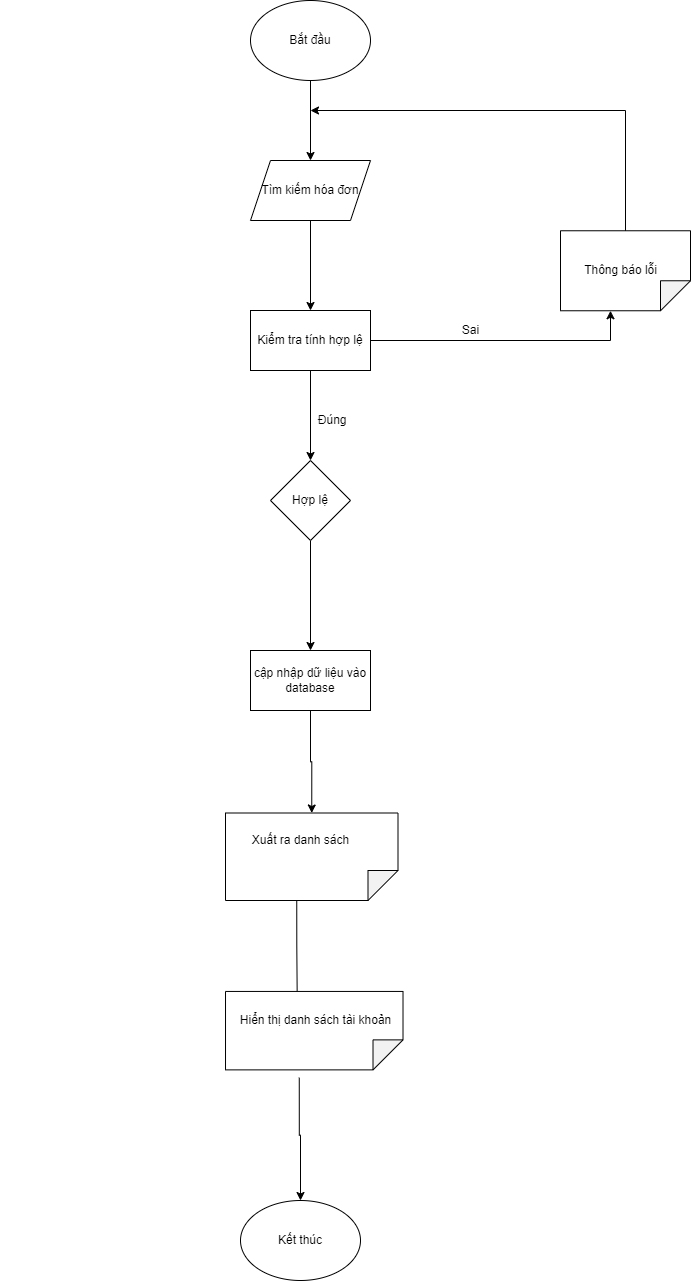
The draw.io diagram Word/PRD/PNG/timkiemhoadon.drawio.png in hungtadasuke/CoffeShop_SoftwareTechnology, before a commit. Source tidied: cells renumbered, new cells last; positions are measured from the earlier drawing's top-left corner, leaving out a move shared by most shapes.
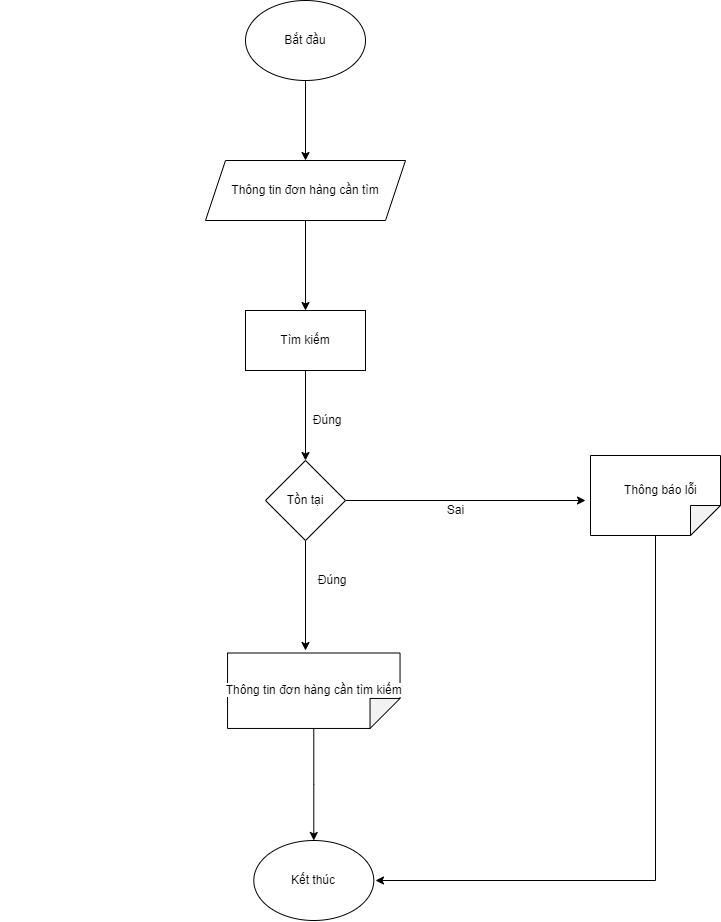
Later version of the same file.

Diff of the diagram source:
```diff
@@ -11,70 +11,62 @@
     <mxCell id="4" style="edgeStyle=orthogonalEdgeStyle;rounded=0;jettySize=auto;html=1;" parent="1" edge="1" source="5" target="8">
       <mxGeometry relative="1" as="geometry" />
     </mxCell>
-    <mxCell id="5" value="Tìm kiếm hóa đơn" style="shape=parallelogram;perimeter=parallelogramPerimeter;whiteSpace=wrap;html=1;fixedSize=1;" parent="1" vertex="1">
-      <mxGeometry x="250" y="160" width="120" height="60" as="geometry" />
+    <mxCell id="5" value="Thông tin đơn hàng cần tìm" style="shape=parallelogram;perimeter=parallelogramPerimeter;whiteSpace=wrap;html=1;fixedSize=1;" parent="1" vertex="1">
+      <mxGeometry x="210" y="160" width="200" height="60" as="geometry" />
     </mxCell>
     <mxCell id="6" style="edgeStyle=orthogonalEdgeStyle;rounded=0;jettySize=auto;html=1;entryX=0.5;entryY=0;entryDx=0;entryDy=0;" parent="1" edge="1" source="8" target="10">
       <mxGeometry relative="1" as="geometry" />
     </mxCell>
-    <mxCell id="7" style="edgeStyle=orthogonalEdgeStyle;rounded=0;jettySize=auto;html=1;exitX=1;exitY=0.5;exitDx=0;exitDy=0;entryX=0;entryY=0;entryDx=80;entryDy=80;entryPerimeter=0;" parent="1" edge="1" source="8" target="11">
-      <mxGeometry relative="1" as="geometry" />
-    </mxCell>
-    <mxCell id="8" value="Kiểm tra tính hợp lệ" style="rounded=0;whiteSpace=wrap;html=1;" parent="1" vertex="1">
+    <mxCell id="8" value="Tìm kiếm" style="rounded=0;whiteSpace=wrap;html=1;" parent="1" vertex="1">
       <mxGeometry x="250" y="310" width="120" height="60" as="geometry" />
     </mxCell>
-    <mxCell id="9" style="edgeStyle=orthogonalEdgeStyle;rounded=0;jettySize=auto;html=1;entryX=0.5;entryY=0;entryDx=0;entryDy=0;" parent="1" edge="1" source="10" target="13">
-      <mxGeometry relative="1" as="geometry" />
+    <mxCell id="9" style="edgeStyle=orthogonalEdgeStyle;rounded=0;jettySize=auto;html=1;entryX=0.5;entryY=0;entryDx=0;entryDy=0;" parent="1" edge="1" source="10">
+      <mxGeometry relative="1" as="geometry">
+        <mxPoint x="310" y="650" as="targetPoint" />
+      </mxGeometry>
     </mxCell>
+    <mxCell id="25" style="edgeStyle=orthogonalEdgeStyle;rounded=0;jettySize=auto;html=1;" parent="1" edge="1" source="10">
+      <mxGeometry relative="1" as="geometry">
+        <mxPoint x="590" y="500" as="targetPoint" />
+      </mxGeometry>
+    </mxCell>
-    <mxCell id="10" value="Hợp lệ" style="rhombus;whiteSpace=wrap;html=1;" parent="1" vertex="1">
+    <mxCell id="10" value="Tồn tại" style="rhombus;whiteSpace=wrap;html=1;" parent="1" vertex="1">
       <mxGeometry x="270" y="460" width="80" height="80" as="geometry" />
     </mxCell>
+    <mxCell id="26" style="edgeStyle=orthogonalEdgeStyle;rounded=0;jettySize=auto;html=1;" parent="1" edge="1" source="11">
+      <mxGeometry relative="1" as="geometry">
+        <mxPoint x="380" y="880" as="targetPoint" />
+        <Array as="points">
+          <mxPoint x="660" y="880" />
+        </Array>
+      </mxGeometry>
+    </mxCell>
     <mxCell id="11" style="shape=note;whiteSpace=wrap;html=1;backgroundOutline=1;darkOpacity=0.05;rotation=90;" parent="1" vertex="1">
-      <mxGeometry x="585" y="205.3" width="80" height="130" as="geometry" />
+      <mxGeometry x="620" y="430" width="80" height="130" as="geometry" />
     </mxCell>
-    <mxCell id="12" style="edgeStyle=orthogonalEdgeStyle;rounded=0;jettySize=auto;html=1;entryX=0;entryY=0.5;entryDx=0;entryDy=0;entryPerimeter=0;" parent="1" edge="1" source="13" target="15">
-      <mxGeometry relative="1" as="geometry" />
-    </mxCell>
-    <mxCell id="13" value="cập nhập dữ liệu vào database" style="rounded=0;whiteSpace=wrap;html=1;" parent="1" vertex="1">
-      <mxGeometry x="250" y="650" width="120" height="60" as="geometry" />
-    </mxCell>
-    <mxCell id="14" style="edgeStyle=orthogonalEdgeStyle;rounded=0;jettySize=auto;html=1;exitX=0;exitY=0;exitDx=87.5;exitDy=101.25;exitPerimeter=0;entryX=0.116;entryY=0.596;entryDx=0;entryDy=0;entryPerimeter=0;" parent="1" edge="1" source="15" target="22">
-      <mxGeometry relative="1" as="geometry" />
-    </mxCell>
+    <mxCell id="27" style="edgeStyle=orthogonalEdgeStyle;rounded=0;jettySize=auto;html=1;entryX=0.5;entryY=0;entryDx=0;entryDy=0;" parent="1" edge="1" source="15" target="16">
+      <mxGeometry relative="1" as="geometry" />
+    </mxCell>
     <mxCell id="15" style="shape=note;whiteSpace=wrap;html=1;backgroundOutline=1;darkOpacity=0.05;rotation=90;" parent="1" vertex="1">
-      <mxGeometry x="267.5" y="770" width="87.5" height="172.5" as="geometry" />
+      <mxGeometry x="280.6" y="604" width="75.5" height="172.5" as="geometry" />
     </mxCell>
     <mxCell id="16" value="Kết thúc" style="ellipse;whiteSpace=wrap;html=1;" parent="1" vertex="1">
-      <mxGeometry x="240" y="1200" width="120" height="80" as="geometry" />
+      <mxGeometry x="258.3" y="840" width="120" height="80" as="geometry" />
     </mxCell>
-    <mxCell id="17" style="endArrow=classic;html=1;rounded=0;exitX=0;exitY=0.5;exitDx=0;exitDy=0;exitPerimeter=0;" parent="1" edge="1" source="11">
-      <mxGeometry relative="1" as="geometry">
-        <mxPoint x="310" y="110" as="targetPoint" />
-        <Array as="points">
-          <mxPoint x="625" y="110" />
-        </Array>
-      </mxGeometry>
-    </mxCell>
-    <mxCell id="18" value="Sai" style="text;html=1;align=center;verticalAlign=middle;strokeColor=none;fillColor=none;" parent="1" vertex="1">
-      <mxGeometry x="455" y="320" width="30" height="20" as="geometry" />
-    </mxCell>
     <mxCell id="19" value="&amp;nbsp; &amp;nbsp; &amp;nbsp; &amp;nbsp; &amp;nbsp; &amp;nbsp; &amp;nbsp; &amp;nbsp; &amp;nbsp; &amp;nbsp;Đúng" style="text;html=1;align=center;verticalAlign=middle;strokeColor=none;fillColor=none;" parent="1" vertex="1">
       <mxGeometry x="245" y="410" width="110" height="20" as="geometry" />
     </mxCell>
-    <mxCell id="20" value="&amp;nbsp; &amp;nbsp; &amp;nbsp; &amp;nbsp; &amp;nbsp; &amp;nbsp; &amp;nbsp; &amp;nbsp; &amp;nbsp; &amp;nbsp; &amp;nbsp; &amp;nbsp; &amp;nbsp; &amp;nbsp; &amp;nbsp; &amp;nbsp; &amp;nbsp; &amp;nbsp; &amp;nbsp; &amp;nbsp; &amp;nbsp; &amp;nbsp; &amp;nbsp; &amp;nbsp; &amp;nbsp; &amp;nbsp; &amp;nbsp; &amp;nbsp; &amp;nbsp; &amp;nbsp; &amp;nbsp; &amp;nbsp; &amp;nbsp; &amp;nbsp; &amp;nbsp; &amp;nbsp; &amp;nbsp; &amp;nbsp; &amp;nbsp; &amp;nbsp; &amp;nbsp; &amp;nbsp; &amp;nbsp; &amp;nbsp; &amp;nbsp; &amp;nbsp; &amp;nbsp; &amp;nbsp; Thông báo lỗi" style="text;html=1;align=center;verticalAlign=middle;strokeColor=none;fillColor=none;" parent="1" vertex="1">
-      <mxGeometry x="255" y="260" width="410" height="20" as="geometry" />
+    <mxCell id="20" value="&amp;nbsp; &amp;nbsp; &amp;nbsp; &amp;nbsp; &amp;nbsp; &amp;nbsp; &amp;nbsp; &amp;nbsp; &amp;nbsp; &amp;nbsp; &amp;nbsp; &amp;nbsp; &amp;nbsp; &amp;nbsp; &amp;nbsp; &amp;nbsp; &amp;nbsp; &amp;nbsp; &amp;nbsp; &amp;nbsp; &amp;nbsp; &amp;nbsp; &amp;nbsp; &amp;nbsp; &amp;nbsp; &amp;nbsp; &amp;nbsp; &amp;nbsp; &amp;nbsp; &amp;nbsp; &amp;nbsp; &amp;nbsp;Thông báo lỗi" style="text;html=1;align=center;verticalAlign=middle;strokeColor=none;fillColor=none;" parent="1" vertex="1">
+      <mxGeometry x="410" y="480" width="300" height="20" as="geometry" />
     </mxCell>
-    <mxCell id="21" style="edgeStyle=orthogonalEdgeStyle;rounded=0;jettySize=auto;html=1;exitX=0;exitY=0;exitDx=86.25;exitDy=103.75;exitPerimeter=0;entryX=0.5;entryY=0;entryDx=0;entryDy=0;" parent="1" edge="1" source="22" target="16">
-      <mxGeometry relative="1" as="geometry" />
-    </mxCell>
-    <mxCell id="22" style="shape=note;whiteSpace=wrap;html=1;backgroundOutline=1;darkOpacity=0.05;rotation=90;" parent="1" vertex="1">
-      <mxGeometry x="274.5" y="941.4" width="78.4" height="177.5" as="geometry" />
-    </mxCell>
-    <mxCell id="23" value="&amp;nbsp; &amp;nbsp; &amp;nbsp; &amp;nbsp; &amp;nbsp; &amp;nbsp; &amp;nbsp; &amp;nbsp; &amp;nbsp; &amp;nbsp; &amp;nbsp; &amp;nbsp; &amp;nbsp; &amp;nbsp; &amp;nbsp; &amp;nbsp; &amp;nbsp; &amp;nbsp; &amp;nbsp; &amp;nbsp; &amp;nbsp; &amp;nbsp; &amp;nbsp; &amp;nbsp; &amp;nbsp; &amp;nbsp; &amp;nbsp; &amp;nbsp; &amp;nbsp; &amp;nbsp; Xuất ra danh sách" style="text;html=1;align=center;verticalAlign=middle;strokeColor=none;fillColor=none;" parent="1" vertex="1">
-      <mxGeometry x="45" y="830" width="310" height="20" as="geometry" />
-    </mxCell>
-    <mxCell id="24" value="&amp;nbsp; &amp;nbsp; &amp;nbsp; &amp;nbsp; &amp;nbsp; &amp;nbsp; &amp;nbsp; &amp;nbsp; &amp;nbsp; &amp;nbsp; &amp;nbsp; &amp;nbsp; &amp;nbsp; &amp;nbsp; &amp;nbsp; &amp;nbsp; &amp;nbsp; &amp;nbsp; &amp;nbsp; &amp;nbsp; &amp;nbsp; &amp;nbsp; &amp;nbsp; &amp;nbsp; &amp;nbsp; &amp;nbsp; &amp;nbsp; &amp;nbsp; &amp;nbsp; &amp;nbsp; &amp;nbsp; &amp;nbsp; &amp;nbsp; &amp;nbsp; &amp;nbsp;Hiển thị danh sách tài khoản" style="text;html=1;align=center;verticalAlign=middle;strokeColor=none;fillColor=none;" parent="1" vertex="1">
-      <mxGeometry y="1010" width="400" height="20" as="geometry" />
-    </mxCell>
+    <mxCell id="18" value="Sai" style="text;html=1;align=center;verticalAlign=middle;strokeColor=none;fillColor=none;" parent="1" vertex="1">
+      <mxGeometry x="445" y="500" width="30" height="20" as="geometry" />
+    </mxCell>
+    <mxCell id="28" value="&amp;nbsp; &amp;nbsp; &amp;nbsp; &amp;nbsp; &amp;nbsp; Đúng" style="text;html=1;align=center;verticalAlign=middle;strokeColor=none;fillColor=none;" parent="1" vertex="1">
+      <mxGeometry x="280" y="570" width="80" height="20" as="geometry" />
+    </mxCell>
+    <mxCell id="29" value="&lt;span style=&quot;background-color: rgb(255 , 255 , 255)&quot;&gt;&amp;nbsp; &amp;nbsp; &amp;nbsp; &amp;nbsp; &amp;nbsp; &amp;nbsp; &amp;nbsp; &amp;nbsp; &amp;nbsp; &amp;nbsp; &amp;nbsp; &amp;nbsp; &amp;nbsp; &amp;nbsp; &amp;nbsp; &amp;nbsp; &amp;nbsp; &amp;nbsp; &amp;nbsp; &amp;nbsp; &amp;nbsp; &amp;nbsp; &amp;nbsp; &amp;nbsp; &amp;nbsp; &amp;nbsp; &amp;nbsp; &amp;nbsp; &amp;nbsp; &amp;nbsp; &amp;nbsp; &amp;nbsp; &amp;nbsp;Thông tin đơn hàng cần tìm kiếm&lt;br&gt;&lt;/span&gt;" style="text;html=1;align=center;verticalAlign=middle;strokeColor=none;fillColor=none;" parent="1" vertex="1">
+      <mxGeometry x="5" y="680" width="410" height="20" as="geometry" />
+    </mxCell>
   </root>
 </mxGraphModel>
```
